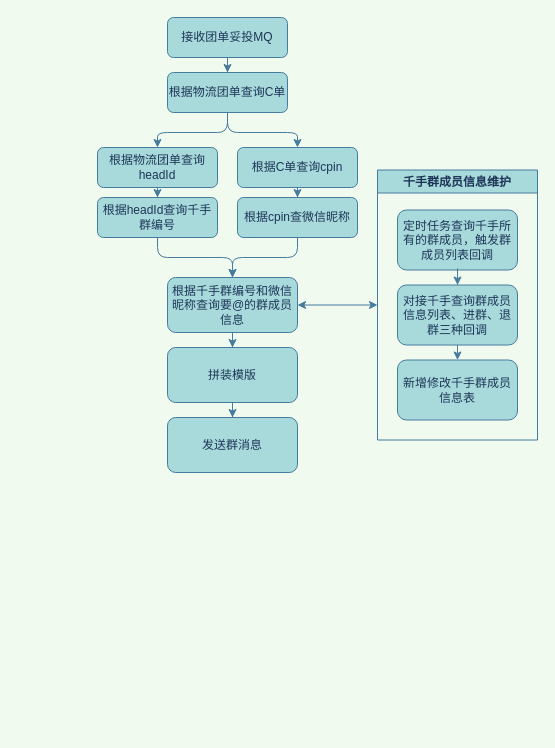
The draw.io diagram business/未命名绘图.drawio in zaixianyonghu/FlowCharts, before the edit. Source tidied: cells renumbered, new cells numbered last; positions are measured from the earlier drawing's top-left corner, leaving out a move shared by most shapes. Both pictures are drawn from the tidied source at 100%, with x=0, y=0 at pixel (97, 17).
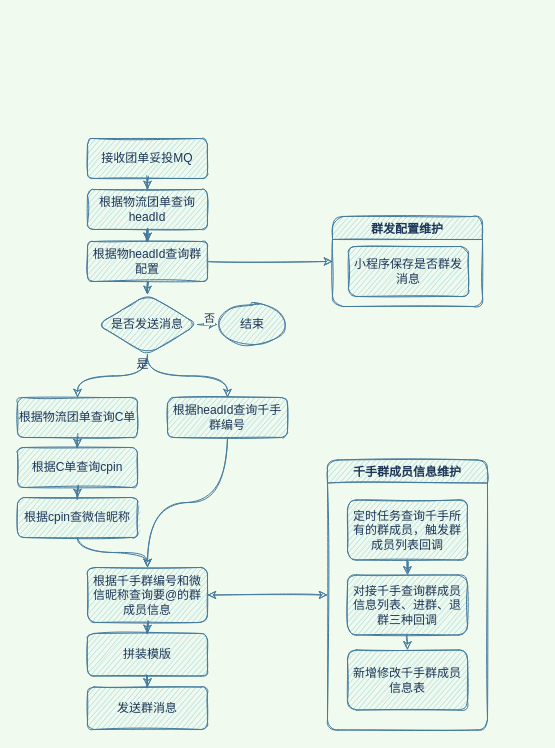
After the change.

Commit message:
更新未命名绘图.drawio

Change to the diagram source:
```diff
@@
-    <mxCell id="2" style="edgeStyle=orthogonalEdgeStyle;rounded=0;jettySize=auto;html=1;entryX=0.5;entryY=0;entryDx=0;entryDy=0;labelBackgroundColor=#F1FAEE;strokeColor=#457B9D;fontColor=#1D3557;" parent="1" edge="1" source="3" target="6">
-      <mxGeometry relative="1" as="geometry" />
-    </mxCell>
+    <mxCell id="27" style="edgeStyle=orthogonalEdgeStyle;rounded=1;jettySize=auto;html=1;startArrow=none;curved=1;sketch=1;labelBackgroundColor=#F1FAEE;strokeColor=#457B9D;fontColor=#1D3557;" parent="1" edge="1" source="8" target="35">
+      <mxGeometry relative="1" as="geometry" />
+    </mxCell>
+    <mxCell id="28" style="edgeStyle=orthogonalEdgeStyle;rounded=1;jettySize=auto;html=1;curved=1;sketch=1;labelBackgroundColor=#F1FAEE;strokeColor=#457B9D;fontColor=#1D3557;" parent="1" edge="1" source="3" target="8">
+      <mxGeometry relative="1" as="geometry" />
+    </mxCell>
-    <mxCell id="3" value="接收团单妥投MQ" style="rounded=1;whiteSpace=wrap;html=1;fontSize=12;glass=0;strokeWidth=1;shadow=0;fillColor=#A8DADC;strokeColor=#457B9D;fontColor=#1D3557;" parent="1" vertex="1">
-      <mxGeometry x="70" width="120" height="40" as="geometry" />
+    <mxCell id="3" value="接收团单妥投MQ" style="rounded=1;whiteSpace=wrap;html=1;fontSize=12;glass=0;strokeWidth=1;shadow=0;sketch=1;fillColor=#A8DADC;strokeColor=#457B9D;fontColor=#1D3557;" parent="1" vertex="1">
+      <mxGeometry x="-10" y="121" width="120" height="40" as="geometry" />
     </mxCell>
-    <mxCell id="4" style="edgeStyle=orthogonalEdgeStyle;curved=0;rounded=1;sketch=0;jettySize=auto;html=1;fontColor=#1D3557;strokeColor=#457B9D;fillColor=#A8DADC;" parent="1" edge="1" source="6" target="8">
-      <mxGeometry relative="1" as="geometry" />
-    </mxCell>
-    <mxCell id="5" style="edgeStyle=orthogonalEdgeStyle;curved=0;rounded=1;sketch=0;jettySize=auto;html=1;fontColor=#1D3557;strokeColor=#457B9D;fillColor=#A8DADC;" parent="1" edge="1" source="6" target="10">
+    <mxCell id="5" style="edgeStyle=orthogonalEdgeStyle;rounded=1;jettySize=auto;html=1;curved=1;sketch=1;labelBackgroundColor=#F1FAEE;strokeColor=#457B9D;fontColor=#1D3557;" parent="1" edge="1" source="6" target="10">
       <mxGeometry relative="1" as="geometry" />
     </mxCell>
-    <mxCell id="6" value="根据物流团单查询C单" style="rounded=1;whiteSpace=wrap;html=1;fontSize=12;glass=0;strokeWidth=1;shadow=0;fillColor=#A8DADC;strokeColor=#457B9D;fontColor=#1D3557;" parent="1" vertex="1">
-      <mxGeometry x="70" y="55" width="120" height="40" as="geometry" />
+    <mxCell id="6" value="根据物流团单查询C单" style="rounded=1;whiteSpace=wrap;html=1;fontSize=12;glass=0;strokeWidth=1;shadow=0;sketch=1;fillColor=#A8DADC;strokeColor=#457B9D;fontColor=#1D3557;" parent="1" vertex="1">
+      <mxGeometry x="-80" y="380" width="120" height="40" as="geometry" />
     </mxCell>
-    <mxCell id="7" style="edgeStyle=orthogonalEdgeStyle;curved=0;rounded=1;sketch=0;jettySize=auto;html=1;fontColor=#1D3557;strokeColor=#457B9D;fillColor=#A8DADC;" parent="1" edge="1" source="8" target="14">
-      <mxGeometry relative="1" as="geometry" />
-    </mxCell>
-    <mxCell id="8" value="根据物流团单查询headId" style="rounded=1;whiteSpace=wrap;html=1;fontSize=12;glass=0;strokeWidth=1;shadow=0;fillColor=#A8DADC;strokeColor=#457B9D;fontColor=#1D3557;" parent="1" vertex="1">
-      <mxGeometry y="130" width="120" height="40" as="geometry" />
-    </mxCell>
+    <mxCell id="29" style="edgeStyle=orthogonalEdgeStyle;rounded=1;jettySize=auto;html=1;curved=1;sketch=1;labelBackgroundColor=#F1FAEE;strokeColor=#457B9D;fontColor=#1D3557;" parent="1" edge="1" source="8" target="35">
+      <mxGeometry relative="1" as="geometry" />
+    </mxCell>
-    <mxCell id="9" style="edgeStyle=orthogonalEdgeStyle;curved=0;rounded=1;sketch=0;jettySize=auto;html=1;fontColor=#1D3557;strokeColor=#457B9D;fillColor=#A8DADC;" parent="1" edge="1" source="10" target="12">
+    <mxCell id="9" style="edgeStyle=orthogonalEdgeStyle;rounded=1;jettySize=auto;html=1;curved=1;sketch=1;labelBackgroundColor=#F1FAEE;strokeColor=#457B9D;fontColor=#1D3557;" parent="1" edge="1" source="10" target="12">
       <mxGeometry relative="1" as="geometry" />
     </mxCell>
-    <mxCell id="10" value="根据C单查询cpin" style="rounded=1;whiteSpace=wrap;html=1;fontSize=12;glass=0;strokeWidth=1;shadow=0;fillColor=#A8DADC;strokeColor=#457B9D;fontColor=#1D3557;" parent="1" vertex="1">
-      <mxGeometry x="140" y="130" width="120" height="40" as="geometry" />
+    <mxCell id="10" value="根据C单查询cpin" style="rounded=1;whiteSpace=wrap;html=1;fontSize=12;glass=0;strokeWidth=1;shadow=0;sketch=1;fillColor=#A8DADC;strokeColor=#457B9D;fontColor=#1D3557;" parent="1" vertex="1">
+      <mxGeometry x="-80" y="430" width="120" height="40" as="geometry" />
     </mxCell>
-    <mxCell id="11" style="edgeStyle=orthogonalEdgeStyle;curved=0;rounded=1;sketch=0;jettySize=auto;html=1;fontColor=#1D3557;strokeColor=#457B9D;fillColor=#A8DADC;" parent="1" edge="1" source="12" target="16">
-      <mxGeometry relative="1" as="geometry" />
-    </mxCell>
-    <mxCell id="12" value="根据cpin查微信昵称" style="rounded=1;whiteSpace=wrap;html=1;fontSize=12;glass=0;strokeWidth=1;shadow=0;fillColor=#A8DADC;strokeColor=#457B9D;fontColor=#1D3557;" parent="1" vertex="1">
-      <mxGeometry x="140" y="180" width="120" height="40" as="geometry" />
+    <mxCell id="12" value="根据cpin查微信昵称" style="rounded=1;whiteSpace=wrap;html=1;fontSize=12;glass=0;strokeWidth=1;shadow=0;sketch=1;fillColor=#A8DADC;strokeColor=#457B9D;fontColor=#1D3557;" parent="1" vertex="1">
+      <mxGeometry x="-80" y="480" width="120" height="40" as="geometry" />
     </mxCell>
-    <mxCell id="13" style="edgeStyle=orthogonalEdgeStyle;curved=0;rounded=1;sketch=0;jettySize=auto;html=1;fontColor=#1D3557;strokeColor=#457B9D;fillColor=#A8DADC;" parent="1" edge="1" source="14" target="16">
-      <mxGeometry relative="1" as="geometry" />
-    </mxCell>
-    <mxCell id="14" value="根据headId查询千手群编号" style="rounded=1;whiteSpace=wrap;html=1;fontSize=12;glass=0;strokeWidth=1;shadow=0;fillColor=#A8DADC;strokeColor=#457B9D;fontColor=#1D3557;" parent="1" vertex="1">
-      <mxGeometry y="180" width="120" height="40" as="geometry" />
+    <mxCell id="14" value="根据headId查询千手群编号" style="rounded=1;whiteSpace=wrap;html=1;fontSize=12;glass=0;strokeWidth=1;shadow=0;sketch=1;fillColor=#A8DADC;strokeColor=#457B9D;fontColor=#1D3557;" parent="1" vertex="1">
+      <mxGeometry x="70" y="380" width="120" height="40" as="geometry" />
     </mxCell>
-    <mxCell id="15" style="edgeStyle=orthogonalEdgeStyle;curved=0;rounded=1;sketch=0;jettySize=auto;html=1;fontColor=#1D3557;strokeColor=#457B9D;fillColor=#A8DADC;" parent="1" edge="1" source="16" target="18">
+    <mxCell id="15" style="edgeStyle=orthogonalEdgeStyle;rounded=1;jettySize=auto;html=1;curved=1;sketch=1;labelBackgroundColor=#F1FAEE;strokeColor=#457B9D;fontColor=#1D3557;" parent="1" edge="1" source="16" target="18">
       <mxGeometry relative="1" as="geometry" />
     </mxCell>
-    <mxCell id="16" value="根据千手群编号和微信昵称查询要@的群成员信息" style="rounded=1;whiteSpace=wrap;html=1;fontSize=12;glass=0;strokeWidth=1;shadow=0;fillColor=#A8DADC;strokeColor=#457B9D;fontColor=#1D3557;" parent="1" vertex="1">
-      <mxGeometry x="70" y="260" width="130" height="55" as="geometry" />
+    <mxCell id="16" value="根据千手群编号和微信昵称查询要@的群成员信息" style="rounded=1;whiteSpace=wrap;html=1;fontSize=12;glass=0;strokeWidth=1;shadow=0;sketch=1;fillColor=#A8DADC;strokeColor=#457B9D;fontColor=#1D3557;" parent="1" vertex="1">
+      <mxGeometry x="-10" y="550" width="120" height="55" as="geometry" />
     </mxCell>
-    <mxCell id="17" style="edgeStyle=orthogonalEdgeStyle;curved=0;rounded=1;sketch=0;jettySize=auto;html=1;fontColor=#1D3557;strokeColor=#457B9D;fillColor=#A8DADC;" parent="1" edge="1" source="18" target="19">
+    <mxCell id="17" style="edgeStyle=orthogonalEdgeStyle;rounded=1;jettySize=auto;html=1;curved=1;sketch=1;labelBackgroundColor=#F1FAEE;strokeColor=#457B9D;fontColor=#1D3557;" parent="1" edge="1" source="18" target="19">
       <mxGeometry relative="1" as="geometry" />
     </mxCell>
-    <mxCell id="18" value="拼装模版" style="rounded=1;whiteSpace=wrap;html=1;fontSize=12;glass=0;strokeWidth=1;shadow=0;fillColor=#A8DADC;strokeColor=#457B9D;fontColor=#1D3557;" parent="1" vertex="1">
-      <mxGeometry x="70" y="330" width="130" height="55" as="geometry" />
+    <mxCell id="18" value="拼装模版" style="rounded=1;whiteSpace=wrap;html=1;fontSize=12;glass=0;strokeWidth=1;shadow=0;sketch=1;fillColor=#A8DADC;strokeColor=#457B9D;fontColor=#1D3557;" parent="1" vertex="1">
+      <mxGeometry x="-10" y="616" width="120" height="42.5" as="geometry" />
     </mxCell>
-    <mxCell id="19" value="发送群消息" style="rounded=1;whiteSpace=wrap;html=1;fontSize=12;glass=0;strokeWidth=1;shadow=0;fillColor=#A8DADC;strokeColor=#457B9D;fontColor=#1D3557;" parent="1" vertex="1">
-      <mxGeometry x="70" y="400" width="130" height="55" as="geometry" />
+    <mxCell id="19" value="发送群消息" style="rounded=1;whiteSpace=wrap;html=1;fontSize=12;glass=0;strokeWidth=1;shadow=0;sketch=1;fillColor=#A8DADC;strokeColor=#457B9D;fontColor=#1D3557;" parent="1" vertex="1">
+      <mxGeometry x="-10" y="669.5" width="120" height="42.5" as="geometry" />
     </mxCell>
-    <mxCell id="20" value="千手群成员信息维护" style="swimlane;rounded=0;sketch=0;fontColor=#1D3557;strokeColor=#457B9D;fillColor=#A8DADC;" parent="1" vertex="1">
-      <mxGeometry x="280" y="152.5" width="160" height="270" as="geometry" />
+    <mxCell id="20" value="千手群成员信息维护" style="swimlane;rounded=1;sketch=1;fillColor=#A8DADC;strokeColor=#457B9D;fontColor=#1D3557;" parent="1" vertex="1">
+      <mxGeometry x="230" y="442.5" width="160" height="270" as="geometry" />
     </mxCell>
-    <mxCell id="21" value="新增修改千手群成员信息表" style="rounded=1;whiteSpace=wrap;html=1;fillColor=#A8DADC;strokeColor=#457B9D;fontColor=#1D3557;" parent="20" vertex="1">
+    <mxCell id="21" value="新增修改千手群成员信息表" style="rounded=1;whiteSpace=wrap;html=1;sketch=1;fillColor=#A8DADC;strokeColor=#457B9D;fontColor=#1D3557;" parent="20" vertex="1">
       <mxGeometry x="20" y="190" width="120" height="60" as="geometry" />
     </mxCell>
-    <mxCell id="22" value="对接千手查询群成员信息列表、进群、退群三种回调" style="rounded=1;whiteSpace=wrap;html=1;fillColor=#A8DADC;strokeColor=#457B9D;fontColor=#1D3557;" parent="20" vertex="1">
+    <mxCell id="22" value="对接千手查询群成员信息列表、进群、退群三种回调" style="rounded=1;whiteSpace=wrap;html=1;sketch=1;fillColor=#A8DADC;strokeColor=#457B9D;fontColor=#1D3557;" parent="20" vertex="1">
       <mxGeometry x="20" y="115" width="120" height="60" as="geometry" />
     </mxCell>
-    <mxCell id="23" style="edgeStyle=orthogonalEdgeStyle;curved=0;rounded=1;sketch=0;jettySize=auto;html=1;entryX=0.5;entryY=0;entryDx=0;entryDy=0;fontColor=#1D3557;strokeColor=#457B9D;fillColor=#A8DADC;exitX=0.5;exitY=1;exitDx=0;exitDy=0;labelBackgroundColor=#F1FAEE;" parent="20" edge="1" source="22" target="21">
+    <mxCell id="23" style="edgeStyle=orthogonalEdgeStyle;rounded=1;jettySize=auto;html=1;entryX=0.5;entryY=0;entryDx=0;entryDy=0;exitX=0.5;exitY=1;exitDx=0;exitDy=0;curved=1;sketch=1;labelBackgroundColor=#F1FAEE;strokeColor=#457B9D;fontColor=#1D3557;" parent="20" edge="1" source="22" target="21">
       <mxGeometry relative="1" as="geometry" />
     </mxCell>
-    <mxCell id="24" value="定时任务查询千手所有的群成员，触发群成员列表回调" style="rounded=1;whiteSpace=wrap;html=1;fillColor=#A8DADC;strokeColor=#457B9D;fontColor=#1D3557;" parent="20" vertex="1">
+    <mxCell id="24" value="定时任务查询千手所有的群成员，触发群成员列表回调" style="rounded=1;whiteSpace=wrap;html=1;sketch=1;fillColor=#A8DADC;strokeColor=#457B9D;fontColor=#1D3557;" parent="20" vertex="1">
       <mxGeometry x="20" y="40" width="120" height="60" as="geometry" />
     </mxCell>
-    <mxCell id="25" style="edgeStyle=orthogonalEdgeStyle;curved=0;rounded=1;sketch=0;jettySize=auto;html=1;fontColor=#1D3557;strokeColor=#457B9D;fillColor=#A8DADC;entryX=0.5;entryY=0;entryDx=0;entryDy=0;labelBackgroundColor=#F1FAEE;" parent="20" edge="1" source="24" target="22">
+    <mxCell id="25" style="edgeStyle=orthogonalEdgeStyle;rounded=1;jettySize=auto;html=1;entryX=0.5;entryY=0;entryDx=0;entryDy=0;curved=1;sketch=1;labelBackgroundColor=#F1FAEE;strokeColor=#457B9D;fontColor=#1D3557;" parent="20" edge="1" source="24" target="22">
       <mxGeometry relative="1" as="geometry" />
     </mxCell>
-    <mxCell id="26" style="endArrow=classic;startArrow=classic;html=1;sketch=0;fontColor=#1D3557;strokeColor=#457B9D;fillColor=#A8DADC;entryX=1;entryY=0.5;entryDx=0;entryDy=0;exitX=0;exitY=0.5;exitDx=0;exitDy=0;edgeStyle=orthogonalEdgeStyle;" parent="1" edge="1" source="20" target="16">
+    <mxCell id="26" style="endArrow=classic;startArrow=classic;html=1;entryX=1;entryY=0.5;entryDx=0;entryDy=0;exitX=0;exitY=0.5;exitDx=0;exitDy=0;edgeStyle=orthogonalEdgeStyle;rounded=1;curved=1;sketch=1;labelBackgroundColor=#F1FAEE;strokeColor=#457B9D;fontColor=#1D3557;" parent="1" edge="1" source="20" target="16">
       <mxGeometry relative="1" as="geometry" />
     </mxCell>
+    <mxCell id="30" style="edgeStyle=orthogonalEdgeStyle;rounded=1;jettySize=auto;html=1;curved=1;sketch=1;labelBackgroundColor=#F1FAEE;strokeColor=#457B9D;fontColor=#1D3557;" parent="1" edge="1" source="32" target="36">
+      <mxGeometry relative="1" as="geometry" />
+    </mxCell>
+    <mxCell id="31" value="否" style="edgeLabel;html=1;align=center;verticalAlign=middle;rounded=1;sketch=1;labelBackgroundColor=#F1FAEE;fontColor=#1D3557;" parent="30" vertex="1">
+      <mxGeometry x="-0.63" y="-3" relative="1" as="geometry">
+        <mxPoint y="-10" as="offset" />
+      </mxGeometry>
+    </mxCell>
+    <mxCell id="32" value="是否发送消息" style="rhombus;whiteSpace=wrap;html=1;rounded=1;sketch=1;fillColor=#A8DADC;strokeColor=#457B9D;fontColor=#1D3557;" parent="1" vertex="1">
+      <mxGeometry y="277" width="100" height="60" as="geometry" />
+    </mxCell>
+    <mxCell id="33" style="edgeStyle=orthogonalEdgeStyle;rounded=1;jettySize=auto;html=1;curved=1;sketch=1;labelBackgroundColor=#F1FAEE;strokeColor=#457B9D;fontColor=#1D3557;" parent="1" edge="1" source="35" target="32">
+      <mxGeometry relative="1" as="geometry" />
+    </mxCell>
+    <mxCell id="34" style="edgeStyle=orthogonalEdgeStyle;rounded=1;jettySize=auto;html=1;entryX=0;entryY=0.5;entryDx=0;entryDy=0;curved=1;sketch=1;labelBackgroundColor=#F1FAEE;strokeColor=#457B9D;fontColor=#1D3557;" parent="1" edge="1" source="35" target="37">
+      <mxGeometry relative="1" as="geometry" />
+    </mxCell>
+    <mxCell id="35" value="根据物headId查询群配置" style="rounded=1;whiteSpace=wrap;html=1;fontSize=12;glass=0;strokeWidth=1;shadow=0;sketch=1;fillColor=#A8DADC;strokeColor=#457B9D;fontColor=#1D3557;" parent="1" vertex="1">
+      <mxGeometry x="-10" y="224" width="120" height="40" as="geometry" />
+    </mxCell>
+    <mxCell id="36" value="结束" style="ellipse;whiteSpace=wrap;html=1;rounded=1;sketch=1;fillColor=#A8DADC;strokeColor=#457B9D;fontColor=#1D3557;" parent="1" vertex="1">
+      <mxGeometry x="120" y="287" width="70" height="40" as="geometry" />
+    </mxCell>
+    <mxCell id="37" value="群发配置维护" style="swimlane;rounded=1;sketch=1;fillColor=#A8DADC;strokeColor=#457B9D;fontColor=#1D3557;" parent="1" vertex="1">
+      <mxGeometry x="235" y="199" width="150" height="90" as="geometry" />
+    </mxCell>
+    <mxCell id="38" value="小程序保存是否群发消息" style="rounded=1;whiteSpace=wrap;html=1;sketch=1;fillColor=#A8DADC;strokeColor=#457B9D;fontColor=#1D3557;" parent="37" vertex="1">
+      <mxGeometry x="16" y="30" width="120" height="50" as="geometry" />
+    </mxCell>
+    <mxCell id="8" value="根据物流团单查询headId" style="rounded=1;whiteSpace=wrap;html=1;fontSize=12;glass=0;strokeWidth=1;shadow=0;sketch=1;fillColor=#A8DADC;strokeColor=#457B9D;fontColor=#1D3557;" parent="1" vertex="1">
+      <mxGeometry x="-10" y="172" width="120" height="40" as="geometry" />
+    </mxCell>
+    <mxCell id="39" style="endArrow=classic;html=1;rounded=1;entryX=0.5;entryY=0;entryDx=0;entryDy=0;exitX=0.5;exitY=1;exitDx=0;exitDy=0;edgeStyle=orthogonalEdgeStyle;curved=1;sketch=1;labelBackgroundColor=#F1FAEE;strokeColor=#457B9D;fontColor=#1D3557;" parent="1" edge="1" source="32" target="6">
+      <mxGeometry relative="1" as="geometry" />
+    </mxCell>
+    <mxCell id="40" style="endArrow=classic;html=1;rounded=1;entryX=0.5;entryY=0;entryDx=0;entryDy=0;exitX=0.5;exitY=1;exitDx=0;exitDy=0;edgeStyle=orthogonalEdgeStyle;curved=1;sketch=1;labelBackgroundColor=#F1FAEE;strokeColor=#457B9D;fontColor=#1D3557;" parent="1" edge="1" source="32" target="14">
+      <mxGeometry relative="1" as="geometry" />
+    </mxCell>
+    <mxCell id="13" style="endArrow=classic;html=1;rounded=1;exitX=0.5;exitY=1;exitDx=0;exitDy=0;entryX=0.5;entryY=0;entryDx=0;entryDy=0;edgeStyle=orthogonalEdgeStyle;curved=1;sketch=1;labelBackgroundColor=#F1FAEE;strokeColor=#457B9D;fontColor=#1D3557;" parent="1" edge="1" source="14" target="16">
+      <mxGeometry relative="1" as="geometry" />
+    </mxCell>
+    <mxCell id="11" style="endArrow=classic;html=1;rounded=1;exitX=0.5;exitY=1;exitDx=0;exitDy=0;entryX=0.5;entryY=0;entryDx=0;entryDy=0;edgeStyle=orthogonalEdgeStyle;curved=1;sketch=1;labelBackgroundColor=#F1FAEE;strokeColor=#457B9D;fontColor=#1D3557;" parent="1" edge="1" source="12" target="16">
+      <mxGeometry relative="1" as="geometry" />
+    </mxCell>
+    <mxCell id="41" value="是" style="text;html=1;align=center;verticalAlign=middle;strokeColor=none;fillColor=none;rounded=1;sketch=1;fontColor=#1D3557;" parent="1" vertex="1">
+      <mxGeometry x="30" y="337" width="30" height="20" as="geometry" />
+    </mxCell>
```
